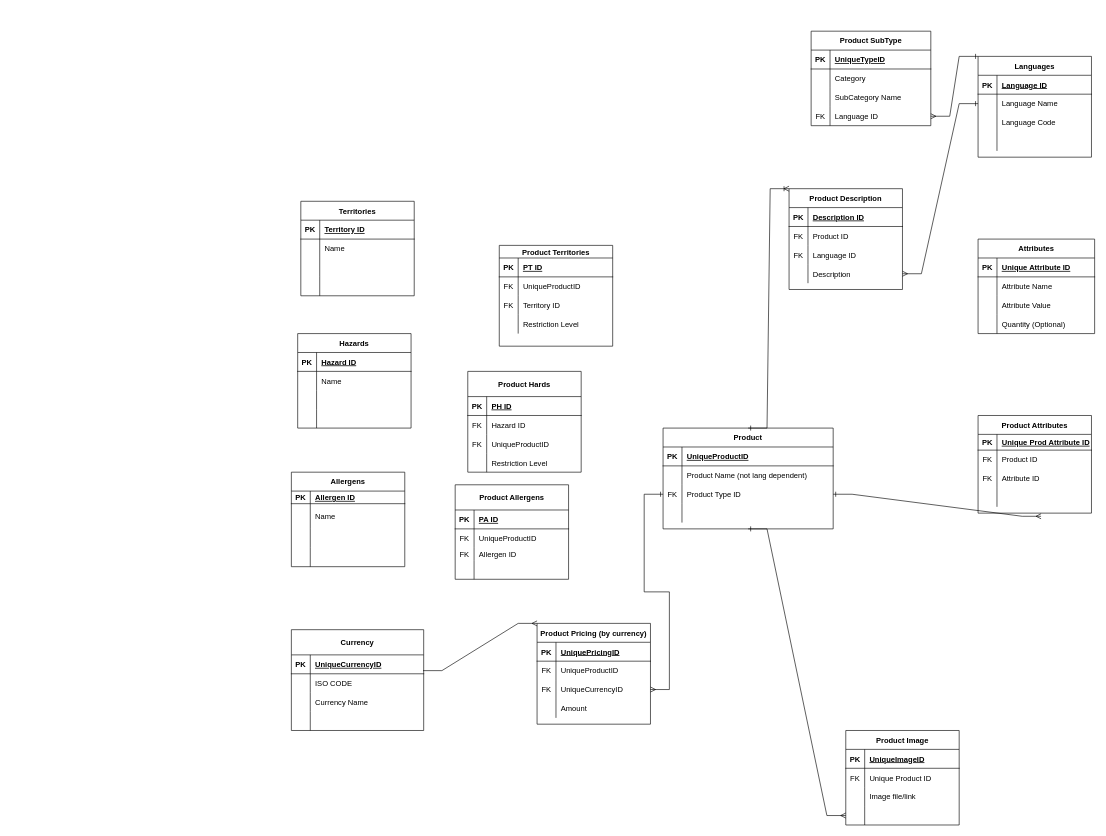
Before: Untitled Diagram.drawio in eccelm/database-diagrams, a draw.io diagram. Source tidied: cells renumbered, new cells numbered last; positions are measured from the earlier drawing's top-left corner, leaving out a move shared by most shapes. Both pictures are drawn from the tidied source at 63%, with x=0, y=0 at pixel (291, 31).
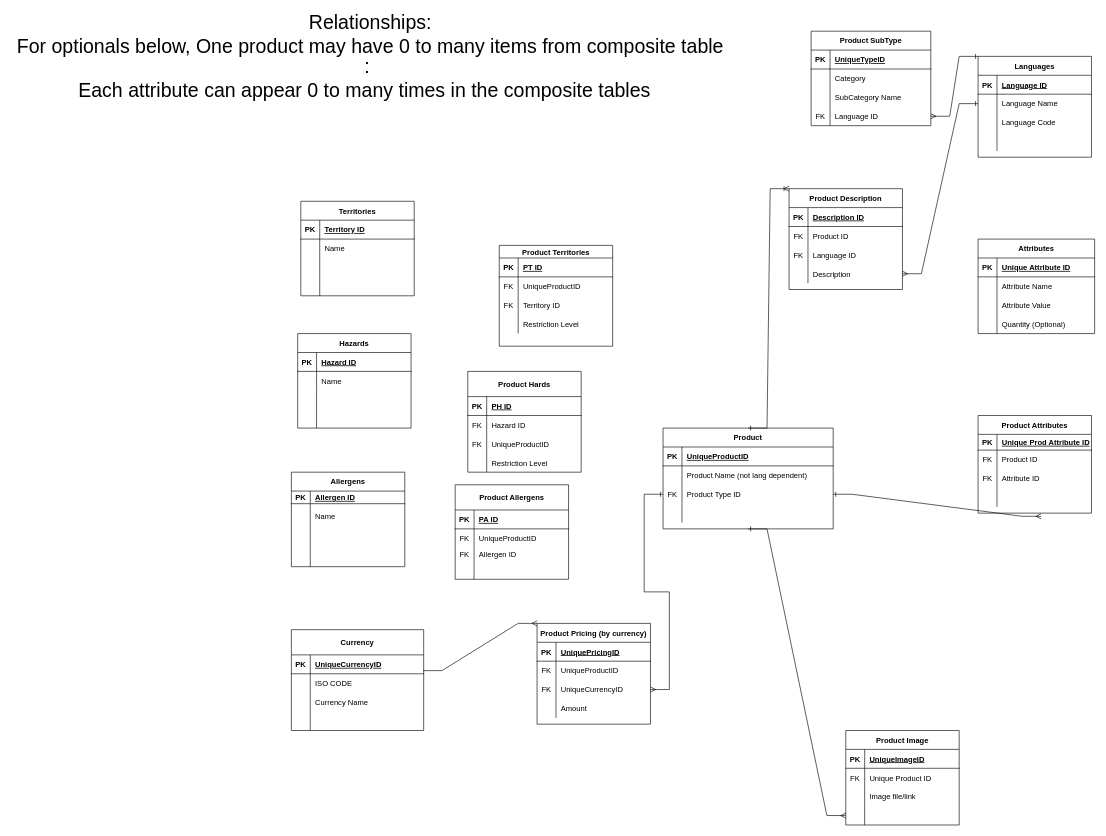
Above is the later version.

Commit message:
composite tables

What changed in the source:
```diff
@@
+    <mxCell id="204" value="&lt;span style=&quot;font-size: 31px&quot;&gt;Relationships:&lt;/span&gt;&lt;br&gt;&lt;span style=&quot;font-size: 31px&quot;&gt;For&amp;nbsp;optionals below, One product may have 0 to many&amp;nbsp;items from composite table&lt;/span&gt;" style="text;html=1;align=center;verticalAlign=middle;fillColor=none;strokeColor=none;rounded=0;" parent="1" vertex="1">
+      <mxGeometry x="-445" y="-20" width="1140" height="50" as="geometry" />
+    </mxCell>
+    <mxCell id="205" value="&lt;span style=&quot;font-size: 31px&quot;&gt;:&lt;/span&gt;&lt;br&gt;&lt;span style=&quot;font-size: 31px&quot;&gt;Each attribute can appear 0 to many times in the composite tables&amp;nbsp;&lt;/span&gt;" style="text;html=1;align=center;verticalAlign=middle;fillColor=none;strokeColor=none;rounded=0;" parent="1" vertex="1">
+      <mxGeometry x="-345" y="50" width="930" height="50" as="geometry" />
+    </mxCell>
```
